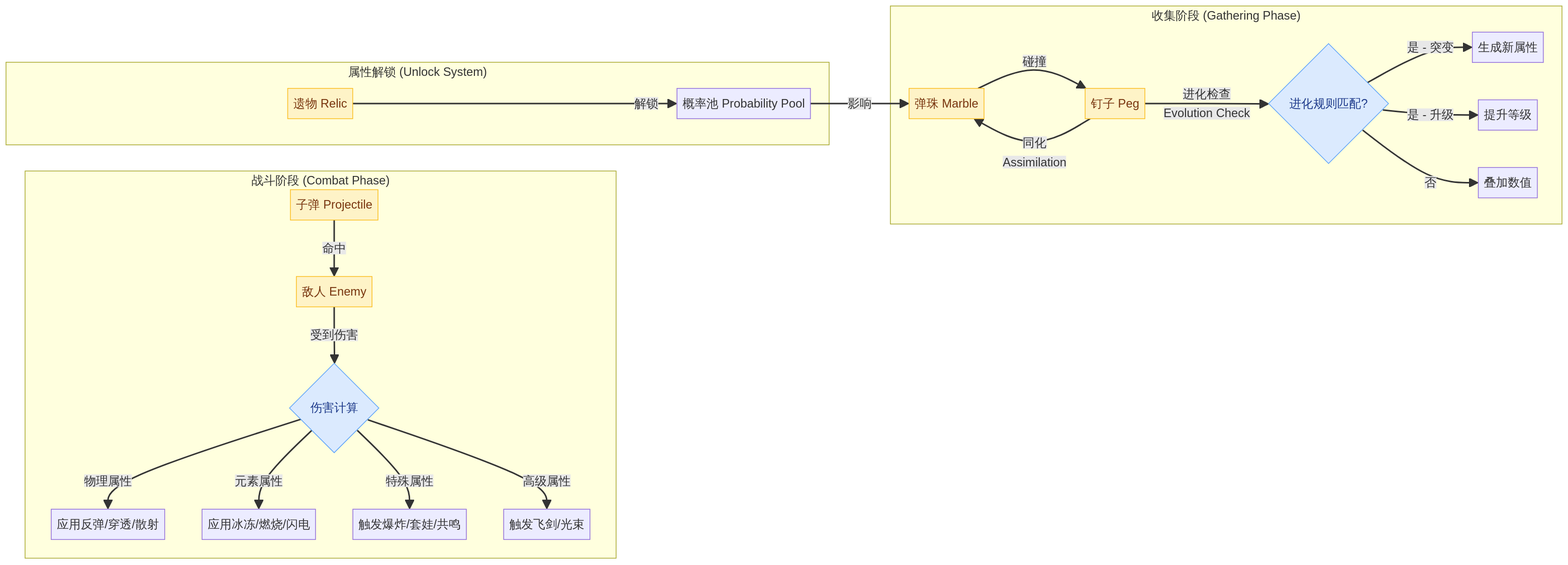
Above: docs_attribute_interaction.png in gdszyy/echo-alchemist-v2-1766564886 (Mermaid), before the change. Its source is kept beside it as docs_attribute_interaction.mmd. The source it was exported from:
```mermaid
graph LR
    subgraph "收集阶段 (Gathering Phase)"
        direction TB
        M[弹珠 Marble]
        P[钉子 Peg]

        M -->|碰撞| P
        P -->|同化<br>Assimilation| M
        P -->|进化检查<br>Evolution Check| EVO{进化规则匹配?}

        EVO -->|是 - 突变| MUTATE[生成新属性]
        EVO -->|是 - 升级| UPGRADE[提升等级]
        EVO -->|否| STACK[叠加数值]
    end

    subgraph "战斗阶段 (Combat Phase)"
        direction TB
        B[子弹 Projectile]
        E[敌人 Enemy]

        B -->|命中| E
        E -->|受到伤害| DMG{伤害计算}

        DMG -->|物理属性| PHY[应用反弹/穿透/散射]
        DMG -->|元素属性| ELEM[应用冰冻/燃烧/闪电]
        DMG -->|特殊属性| SPEC[触发爆炸/套娃/共鸣]
        DMG -->|高级属性| ADV[触发飞剑/光束]
    end

    subgraph "属性解锁 (Unlock System)"
        direction LR
        R[遗物 Relic]
        PROB[概率池 Probability Pool]

        R -->|解锁| PROB
        PROB -->|影响| M
    end

    classDef phase fill:#e0e7ff,stroke:#818cf8,color:#3730a3
    classDef entity fill:#fef3c7,stroke:#fbbf24,color:#78350f
    classDef logic fill:#dbeafe,stroke:#60a5fa,color:#1e3a8a

    class M,P,B,E,R entity
    class EVO,DMG logic
```
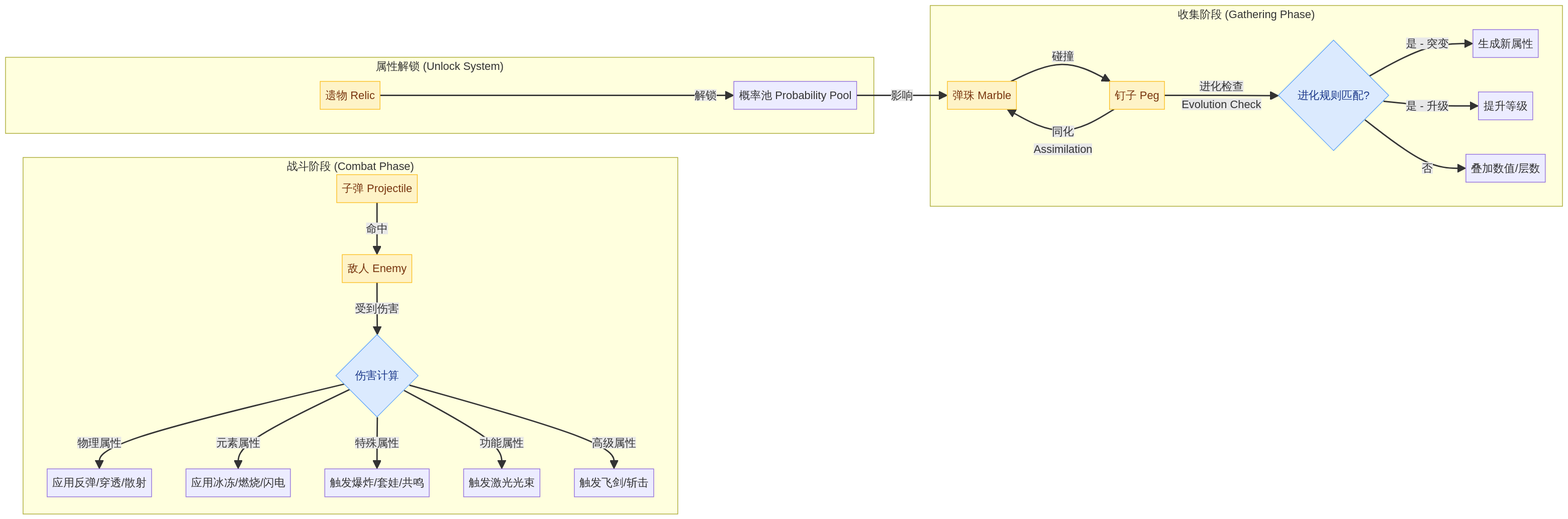
After the commit.

Commit message:
fix: Corrected laser attribute classification to Functional/Stackable

Change to the diagram source:
```diff
@@ -10,7 +10,7 @@
 
         EVO -->|是 - 突变| MUTATE[生成新属性]
         EVO -->|是 - 升级| UPGRADE[提升等级]
-        EVO -->|否| STACK[叠加数值]
+        EVO -->|否| STACK[叠加数值/层数]
     end
 
     subgraph "战斗阶段 (Combat Phase)"
@@ -24,7 +24,8 @@
         DMG -->|物理属性| PHY[应用反弹/穿透/散射]
         DMG -->|元素属性| ELEM[应用冰冻/燃烧/闪电]
         DMG -->|特殊属性| SPEC[触发爆炸/套娃/共鸣]
-        DMG -->|高级属性| ADV[触发飞剑/光束]
+        DMG -->|功能属性| FUNC[触发激光光束]
+        DMG -->|高级属性| ADV[触发飞剑/斩击]
     end
 
     subgraph "属性解锁 (Unlock System)"
```
